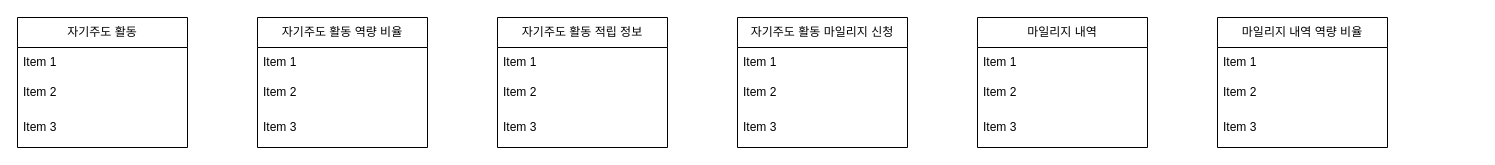
Before: page "마일리지, 자기주도 활동" (2 of 2) of Table Structure.drawio in HAR00N/draw.io, a draw.io diagram. Source tidied: cells renumbered, new cells numbered last; positions are measured from the earlier drawing's top-left corner, leaving out a move shared by most shapes. Both pictures are drawn from the tidied source at 100%, with x=0, y=0 at pixel (17, 17).
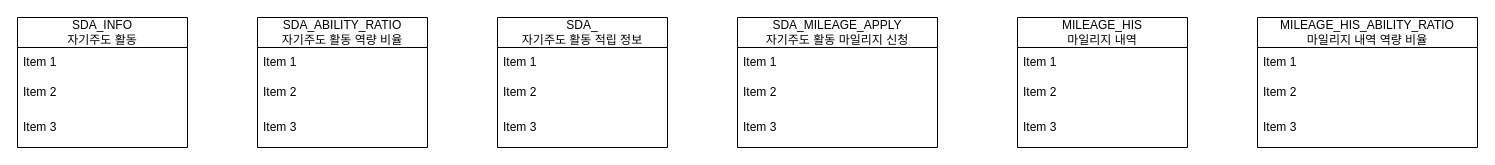
After the change.

Change to the diagram source:
```diff
@@
-    <mxCell id="2" value="자기주도 활동" style="swimlane;fontStyle=0;horizontal=1;startSize=30;whiteSpace=wrap;html=1;" parent="1" vertex="1">
+    <mxCell id="2" value="&lt;div&gt;SDA_INFO&lt;/div&gt;자기주도 활동" style="swimlane;fontStyle=0;horizontal=1;startSize=30;whiteSpace=wrap;html=1;" parent="1" vertex="1">
       <mxGeometry width="170" height="130" as="geometry" />
     </mxCell>
@@
-    <mxCell id="6" value="자기주도 활동 역량 비율" style="swimlane;fontStyle=0;horizontal=1;startSize=30;whiteSpace=wrap;html=1;" parent="1" vertex="1">
+    <mxCell id="6" value="&lt;div&gt;SDA_ABILITY_RATIO&lt;/div&gt;자기주도 활동 역량 비율" style="swimlane;fontStyle=0;horizontal=1;startSize=30;whiteSpace=wrap;html=1;" parent="1" vertex="1">
       <mxGeometry x="240" width="170" height="130" as="geometry" />
     </mxCell>
@@
-    <mxCell id="10" value="자기주도 활동 적립 정보" style="swimlane;fontStyle=0;horizontal=1;startSize=30;whiteSpace=wrap;html=1;" parent="1" vertex="1">
+    <mxCell id="10" value="&lt;div&gt;SDA_&lt;/div&gt;자기주도 활동 적립 정보" style="swimlane;fontStyle=0;horizontal=1;startSize=30;whiteSpace=wrap;html=1;" parent="1" vertex="1">
       <mxGeometry x="480" width="170" height="130" as="geometry" />
     </mxCell>
@@
-    <mxCell id="14" value="자기주도 활동 마일리지 신청" style="swimlane;fontStyle=0;horizontal=1;startSize=30;whiteSpace=wrap;html=1;" parent="1" vertex="1">
-      <mxGeometry x="720" width="170" height="130" as="geometry" />
+    <mxCell id="14" value="SDA_MILEAGE_APPLY&lt;br&gt;자기주도 활동 마일리지 신청" style="swimlane;fontStyle=0;horizontal=1;startSize=30;whiteSpace=wrap;html=1;" parent="1" vertex="1">
+      <mxGeometry x="720" width="200" height="130" as="geometry" />
     </mxCell>
     <mxCell id="15" value="Item 1" style="text;strokeColor=none;fillColor=none;align=left;verticalAlign=middle;spacingLeft=4;spacingRight=4;overflow=hidden;whiteSpace=wrap;html=1;" parent="14" vertex="1">
-      <mxGeometry y="30" width="170" height="30" as="geometry" />
+      <mxGeometry y="30" width="200" height="30" as="geometry" />
     </mxCell>
     <mxCell id="16" value="Item 2" style="text;strokeColor=none;fillColor=none;align=left;verticalAlign=middle;spacingLeft=4;spacingRight=4;overflow=hidden;whiteSpace=wrap;html=1;" parent="14" vertex="1">
-      <mxGeometry y="60" width="170" height="30" as="geometry" />
+      <mxGeometry y="60" width="200" height="30" as="geometry" />
     </mxCell>
     <mxCell id="17" value="Item 3" style="text;strokeColor=none;fillColor=none;align=left;verticalAlign=middle;spacingLeft=4;spacingRight=4;overflow=hidden;whiteSpace=wrap;html=1;" parent="14" vertex="1">
-      <mxGeometry y="90" width="170" height="40" as="geometry" />
+      <mxGeometry y="90" width="200" height="40" as="geometry" />
     </mxCell>
-    <mxCell id="18" value="마일리지 내역" style="swimlane;fontStyle=0;horizontal=1;startSize=30;whiteSpace=wrap;html=1;" parent="1" vertex="1">
-      <mxGeometry x="960" width="170" height="130" as="geometry" />
+    <mxCell id="18" value="&lt;div&gt;&lt;span style=&quot;background-color: initial;&quot;&gt;MILEAGE_HIS&lt;/span&gt;&lt;/div&gt;&lt;div&gt;&lt;span style=&quot;background-color: initial;&quot;&gt;마일리지 내역&lt;/span&gt;&lt;br&gt;&lt;/div&gt;" style="swimlane;fontStyle=0;horizontal=1;startSize=30;whiteSpace=wrap;html=1;" parent="1" vertex="1">
+      <mxGeometry x="1000" width="170" height="130" as="geometry" />
     </mxCell>
@@
-    <mxCell id="22" value="마일리지 내역 역량 비율" style="swimlane;fontStyle=0;horizontal=1;startSize=30;whiteSpace=wrap;html=1;" parent="1" vertex="1">
-      <mxGeometry x="1200" width="170" height="130" as="geometry" />
+    <mxCell id="22" value="&lt;div&gt;MILEAGE_HIS_ABILITY_RATIO&lt;/div&gt;마일리지 내역 역량 비율" style="swimlane;fontStyle=0;horizontal=1;startSize=30;whiteSpace=wrap;html=1;" parent="1" vertex="1">
+      <mxGeometry x="1240" width="220" height="130" as="geometry" />
     </mxCell>
     <mxCell id="23" value="Item 1" style="text;strokeColor=none;fillColor=none;align=left;verticalAlign=middle;spacingLeft=4;spacingRight=4;overflow=hidden;whiteSpace=wrap;html=1;" parent="22" vertex="1">
-      <mxGeometry y="30" width="170" height="30" as="geometry" />
+      <mxGeometry y="30" width="220" height="30" as="geometry" />
     </mxCell>
     <mxCell id="24" value="Item 2" style="text;strokeColor=none;fillColor=none;align=left;verticalAlign=middle;spacingLeft=4;spacingRight=4;overflow=hidden;whiteSpace=wrap;html=1;" parent="22" vertex="1">
-      <mxGeometry y="60" width="170" height="30" as="geometry" />
+      <mxGeometry y="60" width="220" height="30" as="geometry" />
     </mxCell>
     <mxCell id="25" value="Item 3" style="text;strokeColor=none;fillColor=none;align=left;verticalAlign=middle;spacingLeft=4;spacingRight=4;overflow=hidden;whiteSpace=wrap;html=1;" parent="22" vertex="1">
-      <mxGeometry y="90" width="170" height="40" as="geometry" />
+      <mxGeometry y="90" width="220" height="40" as="geometry" />
     </mxCell>
```
